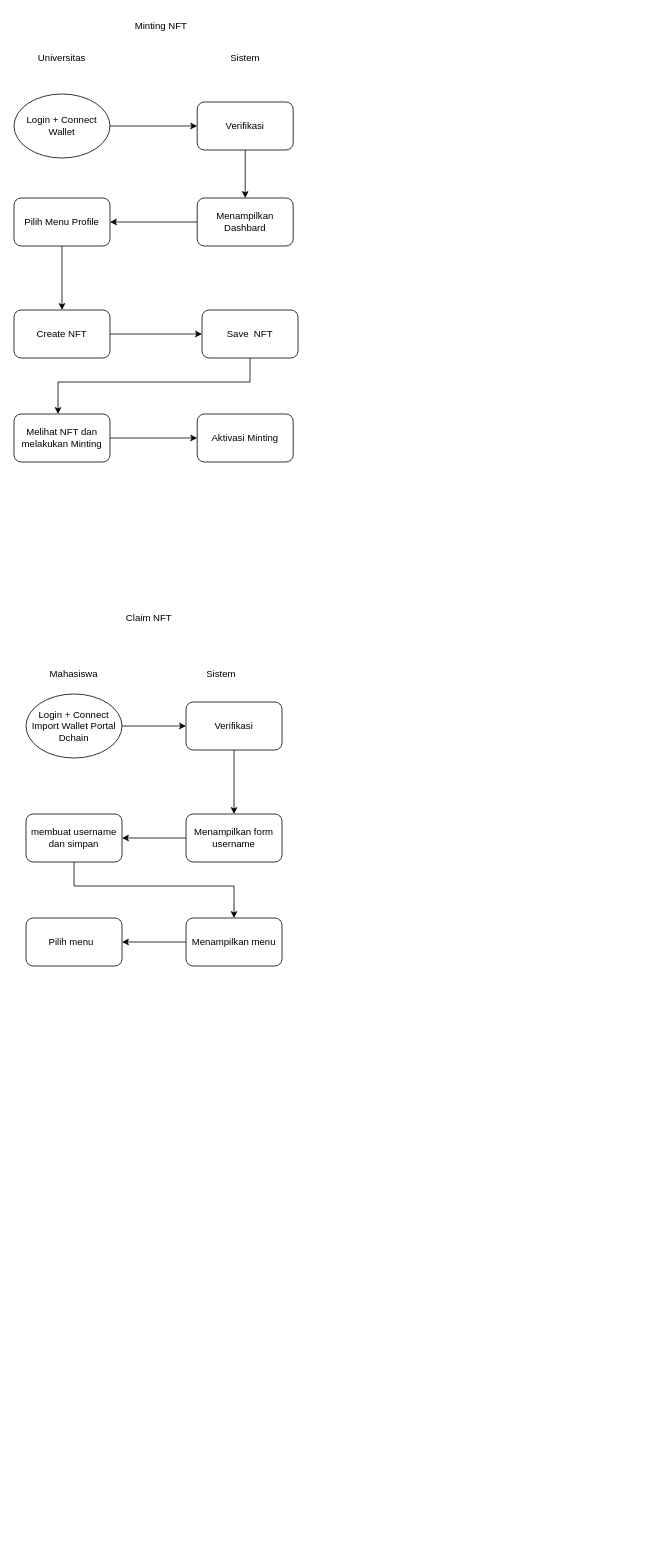
This is Diagram Tanpa Judul.drawio from sulusil/web, a draw.io file, before an edit. Source tidied: cells renumbered, new cells numbered last; positions are measured from the earlier drawing's top-left corner, leaving out a move shared by most shapes. Both pictures are drawn from the tidied source at 80%, with x=0, y=0 at pixel (14, 14).
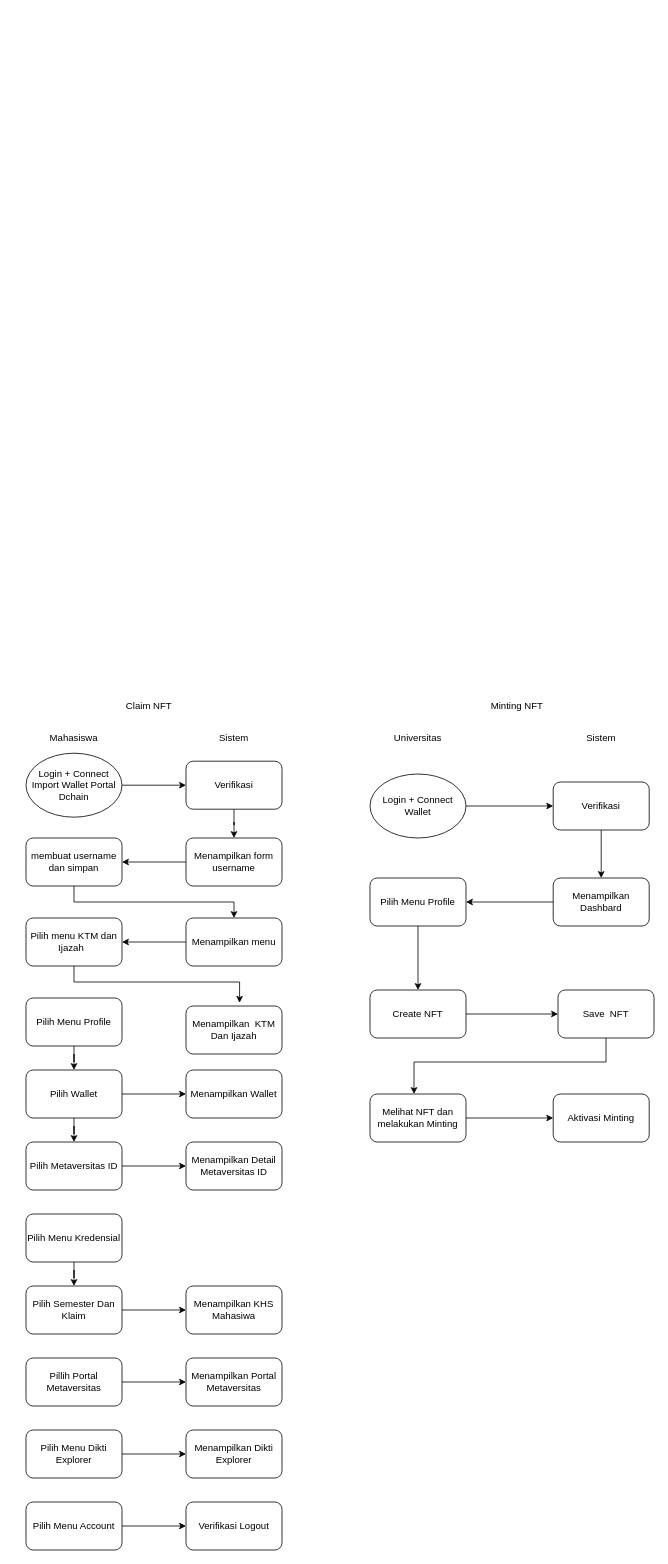
The same page after the edit.

The change refers to these unchanged cells:
```xml
<mxCell id="32" value="Menampilkan menu" style="rounded=1;whiteSpace=wrap;html=1;" parent="1" vertex="1">
  <mxGeometry x="215" y="1130" width="120" height="60" as="geometry" />
</mxCell>
```

What changed in the source:
```diff
@@
-    <mxCell id="2" value="Minting NFT" style="text;html=1;strokeColor=none;fillColor=none;align=center;verticalAlign=middle;whiteSpace=wrap;rounded=0;" parent="1" vertex="1">
-      <mxGeometry x="139" width="90" height="30" as="geometry" />
-    </mxCell>
-    <mxCell id="3" style="edgeStyle=orthogonalEdgeStyle;rounded=0;jettySize=auto;html=1;" parent="1" edge="1" source="4" target="6">
-      <mxGeometry relative="1" as="geometry" />
-    </mxCell>
-    <mxCell id="4" value="Menampilkan Dashbard" style="rounded=1;whiteSpace=wrap;html=1;" parent="1" vertex="1">
-      <mxGeometry x="229" y="230" width="120" height="60" as="geometry" />
-    </mxCell>
-    <mxCell id="5" style="edgeStyle=orthogonalEdgeStyle;rounded=0;jettySize=auto;html=1;" parent="1" edge="1" source="6" target="13">
-      <mxGeometry relative="1" as="geometry" />
-    </mxCell>
-    <mxCell id="6" value="Pilih Menu Profile" style="rounded=1;whiteSpace=wrap;html=1;" parent="1" vertex="1">
-      <mxGeometry y="230" width="120" height="60" as="geometry" />
-    </mxCell>
-    <mxCell id="7" style="edgeStyle=orthogonalEdgeStyle;rounded=0;jettySize=auto;html=1;" parent="1" edge="1" source="8" target="10">
-      <mxGeometry relative="1" as="geometry" />
-    </mxCell>
-    <mxCell id="8" value="Login + Connect Wallet" style="ellipse;whiteSpace=wrap;html=1;" parent="1" vertex="1">
-      <mxGeometry y="100" width="120" height="80" as="geometry" />
-    </mxCell>
-    <mxCell id="9" style="edgeStyle=orthogonalEdgeStyle;rounded=0;jettySize=auto;html=1;" parent="1" edge="1" source="10" target="4">
-      <mxGeometry relative="1" as="geometry" />
-    </mxCell>
-    <mxCell id="10" value="Verifikasi" style="rounded=1;whiteSpace=wrap;html=1;" parent="1" vertex="1">
-      <mxGeometry x="229" y="110" width="120" height="60" as="geometry" />
-    </mxCell>
-    <mxCell id="11" value="Sistem" style="text;html=1;strokeColor=none;fillColor=none;align=center;verticalAlign=middle;whiteSpace=wrap;rounded=0;" parent="1" vertex="1">
-      <mxGeometry x="259" y="40" width="60" height="30" as="geometry" />
-    </mxCell>
-    <mxCell id="12" style="edgeStyle=orthogonalEdgeStyle;rounded=0;jettySize=auto;html=1;" parent="1" edge="1" source="13" target="15">
-      <mxGeometry relative="1" as="geometry" />
-    </mxCell>
-    <mxCell id="13" value="Create NFT" style="rounded=1;whiteSpace=wrap;html=1;" parent="1" vertex="1">
-      <mxGeometry y="370" width="120" height="60" as="geometry" />
-    </mxCell>
-    <mxCell id="14" style="edgeStyle=orthogonalEdgeStyle;rounded=0;jettySize=auto;html=1;" parent="1" edge="1" source="15">
-      <mxGeometry relative="1" as="geometry">
-        <mxPoint x="55" y="500" as="targetPoint" />
-        <Array as="points">
-          <mxPoint x="295" y="460" />
-          <mxPoint x="55" y="460" />
-          <mxPoint x="55" y="500" />
-        </Array>
-      </mxGeometry>
-    </mxCell>
-    <mxCell id="15" value="Save&amp;nbsp; NFT" style="rounded=1;whiteSpace=wrap;html=1;" parent="1" vertex="1">
-      <mxGeometry x="235" y="370" width="120" height="60" as="geometry" />
-    </mxCell>
-    <mxCell id="16" value="Universitas" style="text;html=1;strokeColor=none;fillColor=none;align=center;verticalAlign=middle;whiteSpace=wrap;rounded=0;" parent="1" vertex="1">
-      <mxGeometry x="30" y="40" width="60" height="30" as="geometry" />
-    </mxCell>
-    <mxCell id="17" style="edgeStyle=orthogonalEdgeStyle;rounded=0;jettySize=auto;html=1;" parent="1" edge="1" source="18" target="19">
-      <mxGeometry relative="1" as="geometry" />
-    </mxCell>
-    <mxCell id="18" value="Melihat NFT dan melakukan Minting" style="rounded=1;whiteSpace=wrap;html=1;" parent="1" vertex="1">
-      <mxGeometry y="500" width="120" height="60" as="geometry" />
-    </mxCell>
-    <mxCell id="19" value="Aktivasi Minting" style="rounded=1;whiteSpace=wrap;html=1;" parent="1" vertex="1">
-      <mxGeometry x="229" y="500" width="120" height="60" as="geometry" />
-    </mxCell>
     <mxCell id="20" value="Claim NFT" style="text;html=1;strokeColor=none;fillColor=none;align=center;verticalAlign=middle;whiteSpace=wrap;rounded=0;" parent="1" vertex="1">
-      <mxGeometry x="139" y="740" width="60" height="30" as="geometry" />
+      <mxGeometry x="139" y="850" width="60" height="30" as="geometry" />
     </mxCell>
     <mxCell id="21" value="Mahasiswa" style="text;html=1;strokeColor=none;fillColor=none;align=center;verticalAlign=middle;whiteSpace=wrap;rounded=0;" parent="1" vertex="1">
-      <mxGeometry x="45" y="810" width="60" height="30" as="geometry" />
+      <mxGeometry x="45" y="890" width="60" height="30" as="geometry" />
     </mxCell>
     <mxCell id="22" value="Sistem" style="text;html=1;strokeColor=none;fillColor=none;align=center;verticalAlign=middle;whiteSpace=wrap;rounded=0;" parent="1" vertex="1">
-      <mxGeometry x="229" y="810" width="60" height="30" as="geometry" />
+      <mxGeometry x="245" y="890" width="60" height="30" as="geometry" />
     </mxCell>
@@
     <mxCell id="24" value="Login + Connect Import Wallet Portal Dchain" style="ellipse;whiteSpace=wrap;html=1;" parent="1" vertex="1">
-      <mxGeometry x="15" y="850" width="120" height="80" as="geometry" />
+      <mxGeometry x="15" y="924" width="120" height="80" as="geometry" />
     </mxCell>
@@
     <mxCell id="26" value="Verifikasi" style="rounded=1;whiteSpace=wrap;html=1;" parent="1" vertex="1">
-      <mxGeometry x="215" y="860" width="120" height="60" as="geometry" />
+      <mxGeometry x="215" y="934" width="120" height="60" as="geometry" />
     </mxCell>
@@
     <mxCell id="28" value="Menampilkan form username" style="rounded=1;whiteSpace=wrap;html=1;" parent="1" vertex="1">
-      <mxGeometry x="215" y="1000" width="120" height="60" as="geometry" />
+      <mxGeometry x="215" y="1030" width="120" height="60" as="geometry" />
     </mxCell>
     <mxCell id="29" style="edgeStyle=orthogonalEdgeStyle;rounded=0;jettySize=auto;html=1;entryX=0.5;entryY=0;entryDx=0;entryDy=0;" parent="1" edge="1" source="30" target="32">
       <mxGeometry relative="1" as="geometry">
         <Array as="points">
-          <mxPoint x="75" y="1090" />
-          <mxPoint x="275" y="1090" />
+          <mxPoint x="75" y="1110" />
+          <mxPoint x="275" y="1110" />
         </Array>
       </mxGeometry>
     </mxCell>
     <mxCell id="30" value="membuat username dan simpan" style="rounded=1;whiteSpace=wrap;html=1;" parent="1" vertex="1">
-      <mxGeometry x="15" y="1000" width="120" height="60" as="geometry" />
+      <mxGeometry x="15" y="1030" width="120" height="60" as="geometry" />
     </mxCell>
@@
+    <mxCell id="34" style="edgeStyle=orthogonalEdgeStyle;rounded=0;jettySize=auto;html=1;entryX=0.558;entryY=-0.067;entryDx=0;entryDy=0;entryPerimeter=0;" parent="1" edge="1" source="33" target="35">
+      <mxGeometry relative="1" as="geometry">
+        <Array as="points">
+          <mxPoint x="75" y="1210" />
+          <mxPoint x="282" y="1210" />
+        </Array>
+      </mxGeometry>
+    </mxCell>
-    <mxCell id="33" value="Pilih menu&amp;nbsp;&amp;nbsp;" style="rounded=1;whiteSpace=wrap;html=1;" parent="1" vertex="1">
+    <mxCell id="33" value="Pilih menu KTM dan Ijazah&amp;nbsp;&amp;nbsp;" style="rounded=1;whiteSpace=wrap;html=1;" parent="1" vertex="1">
       <mxGeometry x="15" y="1130" width="120" height="60" as="geometry" />
     </mxCell>
+    <mxCell id="35" value="Menampilkan&amp;nbsp; KTM Dan Ijazah" style="rounded=1;whiteSpace=wrap;html=1;" parent="1" vertex="1">
+      <mxGeometry x="215" y="1240" width="120" height="60" as="geometry" />
+    </mxCell>
+    <mxCell id="36" style="edgeStyle=orthogonalEdgeStyle;rounded=0;jettySize=auto;html=1;" parent="1" edge="1" source="37" target="55">
+      <mxGeometry relative="1" as="geometry" />
+    </mxCell>
+    <mxCell id="37" value="Pilih Menu Profile" style="whiteSpace=wrap;html=1;rounded=1;" parent="1" vertex="1">
+      <mxGeometry x="15" y="1230" width="120" height="60" as="geometry" />
+    </mxCell>
+    <mxCell id="38" value="Menampilkan Wallet" style="rounded=1;whiteSpace=wrap;html=1;" parent="1" vertex="1">
+      <mxGeometry x="215" y="1320" width="120" height="60" as="geometry" />
+    </mxCell>
+    <mxCell id="39" style="edgeStyle=orthogonalEdgeStyle;rounded=0;jettySize=auto;html=1;" parent="1" edge="1" source="40" target="43">
+      <mxGeometry relative="1" as="geometry" />
+    </mxCell>
+    <mxCell id="40" value="Pilih Menu Kredensial" style="whiteSpace=wrap;html=1;rounded=1;" parent="1" vertex="1">
+      <mxGeometry x="15" y="1500" width="120" height="60" as="geometry" />
+    </mxCell>
+    <mxCell id="41" value="Menampilkan KHS Mahasiwa" style="rounded=1;whiteSpace=wrap;html=1;" parent="1" vertex="1">
+      <mxGeometry x="215" y="1590" width="120" height="60" as="geometry" />
+    </mxCell>
+    <mxCell id="42" style="edgeStyle=orthogonalEdgeStyle;rounded=0;jettySize=auto;html=1;" parent="1" edge="1" source="43" target="41">
+      <mxGeometry relative="1" as="geometry" />
+    </mxCell>
+    <mxCell id="43" value="Pilih Semester Dan Klaim" style="whiteSpace=wrap;html=1;rounded=1;" parent="1" vertex="1">
+      <mxGeometry x="15" y="1590" width="120" height="60" as="geometry" />
+    </mxCell>
+    <mxCell id="44" style="edgeStyle=orthogonalEdgeStyle;rounded=0;jettySize=auto;html=1;" parent="1" edge="1" source="45" target="46">
+      <mxGeometry relative="1" as="geometry" />
+    </mxCell>
+    <mxCell id="45" value="Pillih Portal Metaversitas" style="rounded=1;whiteSpace=wrap;html=1;" parent="1" vertex="1">
+      <mxGeometry x="15" y="1680" width="120" height="60" as="geometry" />
+    </mxCell>
+    <mxCell id="46" value="Menampilkan Portal Metaversitas" style="whiteSpace=wrap;html=1;rounded=1;" parent="1" vertex="1">
+      <mxGeometry x="215" y="1680" width="120" height="60" as="geometry" />
+    </mxCell>
+    <mxCell id="47" style="edgeStyle=orthogonalEdgeStyle;rounded=0;jettySize=auto;html=1;" parent="1" edge="1" source="48" target="49">
+      <mxGeometry relative="1" as="geometry" />
+    </mxCell>
+    <mxCell id="48" value="Pilih Menu Dikti Explorer" style="rounded=1;whiteSpace=wrap;html=1;" parent="1" vertex="1">
+      <mxGeometry x="15" y="1770" width="120" height="60" as="geometry" />
+    </mxCell>
+    <mxCell id="49" value="Menampilkan Dikti Explorer" style="whiteSpace=wrap;html=1;rounded=1;" parent="1" vertex="1">
+      <mxGeometry x="215" y="1770" width="120" height="60" as="geometry" />
+    </mxCell>
+    <mxCell id="50" style="edgeStyle=orthogonalEdgeStyle;rounded=0;jettySize=auto;html=1;" parent="1" edge="1" source="51" target="52">
+      <mxGeometry relative="1" as="geometry" />
+    </mxCell>
+    <mxCell id="51" value="Pilih Menu Account" style="rounded=1;whiteSpace=wrap;html=1;" parent="1" vertex="1">
+      <mxGeometry x="15" y="1860" width="120" height="60" as="geometry" />
+    </mxCell>
+    <mxCell id="52" value="Verifikasi Logout" style="whiteSpace=wrap;html=1;rounded=1;" parent="1" vertex="1">
+      <mxGeometry x="215" y="1860" width="120" height="60" as="geometry" />
+    </mxCell>
+    <mxCell id="53" style="edgeStyle=orthogonalEdgeStyle;rounded=0;jettySize=auto;html=1;" parent="1" edge="1" source="55" target="38">
+      <mxGeometry relative="1" as="geometry" />
+    </mxCell>
+    <mxCell id="54" style="edgeStyle=orthogonalEdgeStyle;rounded=0;jettySize=auto;html=1;" parent="1" edge="1" source="55" target="57">
+      <mxGeometry relative="1" as="geometry" />
+    </mxCell>
+    <mxCell id="55" value="Pilih Wallet" style="rounded=1;whiteSpace=wrap;html=1;" parent="1" vertex="1">
+      <mxGeometry x="15" y="1320" width="120" height="60" as="geometry" />
+    </mxCell>
+    <mxCell id="56" style="edgeStyle=orthogonalEdgeStyle;rounded=0;jettySize=auto;html=1;" parent="1" edge="1" source="57" target="58">
+      <mxGeometry relative="1" as="geometry" />
+    </mxCell>
+    <mxCell id="57" value="Pilih Metaversitas ID" style="whiteSpace=wrap;html=1;rounded=1;" parent="1" vertex="1">
+      <mxGeometry x="15" y="1410" width="120" height="60" as="geometry" />
+    </mxCell>
+    <mxCell id="58" value="Menampilkan Detail Metaversitas ID" style="whiteSpace=wrap;html=1;rounded=1;" parent="1" vertex="1">
+      <mxGeometry x="215" y="1410" width="120" height="60" as="geometry" />
+    </mxCell>
+    <mxCell id="59" style="group;" parent="1" vertex="1">
+      <mxGeometry x="445" y="850" width="355" height="560" as="geometry" />
+    </mxCell>
+    <mxCell id="2" value="Minting NFT" style="text;html=1;strokeColor=none;fillColor=none;align=center;verticalAlign=middle;whiteSpace=wrap;rounded=0;" parent="59" vertex="1">
+      <mxGeometry x="139" width="90" height="30" as="geometry" />
+    </mxCell>
+    <mxCell id="4" value="Menampilkan Dashbard" style="rounded=1;whiteSpace=wrap;html=1;" parent="59" vertex="1">
+      <mxGeometry x="229" y="230" width="120" height="60" as="geometry" />
+    </mxCell>
+    <mxCell id="6" value="Pilih Menu Profile" style="rounded=1;whiteSpace=wrap;html=1;" parent="59" vertex="1">
+      <mxGeometry y="230" width="120" height="60" as="geometry" />
+    </mxCell>
+    <mxCell id="3" style="edgeStyle=orthogonalEdgeStyle;rounded=0;jettySize=auto;html=1;" parent="59" edge="1" source="4" target="6">
+      <mxGeometry relative="1" as="geometry" />
+    </mxCell>
+    <mxCell id="8" value="Login + Connect Wallet" style="ellipse;whiteSpace=wrap;html=1;" parent="59" vertex="1">
+      <mxGeometry y="100" width="120" height="80" as="geometry" />
+    </mxCell>
+    <mxCell id="9" style="edgeStyle=orthogonalEdgeStyle;rounded=0;jettySize=auto;html=1;" parent="59" edge="1" source="10" target="4">
+      <mxGeometry relative="1" as="geometry" />
+    </mxCell>
+    <mxCell id="10" value="Verifikasi" style="rounded=1;whiteSpace=wrap;html=1;" parent="59" vertex="1">
+      <mxGeometry x="229" y="110" width="120" height="60" as="geometry" />
+    </mxCell>
+    <mxCell id="7" style="edgeStyle=orthogonalEdgeStyle;rounded=0;jettySize=auto;html=1;" parent="59" edge="1" source="8" target="10">
+      <mxGeometry relative="1" as="geometry" />
+    </mxCell>
+    <mxCell id="11" value="Sistem" style="text;html=1;strokeColor=none;fillColor=none;align=center;verticalAlign=middle;whiteSpace=wrap;rounded=0;" parent="59" vertex="1">
+      <mxGeometry x="259" y="40" width="60" height="30" as="geometry" />
+    </mxCell>
+    <mxCell id="13" value="Create NFT" style="rounded=1;whiteSpace=wrap;html=1;" parent="59" vertex="1">
+      <mxGeometry y="370" width="120" height="60" as="geometry" />
+    </mxCell>
+    <mxCell id="5" style="edgeStyle=orthogonalEdgeStyle;rounded=0;jettySize=auto;html=1;" parent="59" edge="1" source="6" target="13">
+      <mxGeometry relative="1" as="geometry" />
+    </mxCell>
+    <mxCell id="14" style="edgeStyle=orthogonalEdgeStyle;rounded=0;jettySize=auto;html=1;" parent="59" edge="1" source="15">
+      <mxGeometry relative="1" as="geometry">
+        <mxPoint x="55" y="500" as="targetPoint" />
+        <Array as="points">
+          <mxPoint x="295" y="460" />
+          <mxPoint x="55" y="460" />
+          <mxPoint x="55" y="500" />
+        </Array>
+      </mxGeometry>
+    </mxCell>
+    <mxCell id="15" value="Save&amp;nbsp; NFT" style="rounded=1;whiteSpace=wrap;html=1;" parent="59" vertex="1">
+      <mxGeometry x="235" y="370" width="120" height="60" as="geometry" />
+    </mxCell>
+    <mxCell id="12" style="edgeStyle=orthogonalEdgeStyle;rounded=0;jettySize=auto;html=1;" parent="59" edge="1" source="13" target="15">
+      <mxGeometry relative="1" as="geometry" />
+    </mxCell>
+    <mxCell id="16" value="Universitas" style="text;html=1;strokeColor=none;fillColor=none;align=center;verticalAlign=middle;whiteSpace=wrap;rounded=0;" parent="59" vertex="1">
+      <mxGeometry x="30" y="40" width="60" height="30" as="geometry" />
+    </mxCell>
+    <mxCell id="18" value="Melihat NFT dan melakukan Minting" style="rounded=1;whiteSpace=wrap;html=1;" parent="59" vertex="1">
+      <mxGeometry y="500" width="120" height="60" as="geometry" />
+    </mxCell>
+    <mxCell id="19" value="Aktivasi Minting" style="rounded=1;whiteSpace=wrap;html=1;" parent="59" vertex="1">
+      <mxGeometry x="229" y="500" width="120" height="60" as="geometry" />
+    </mxCell>
+    <mxCell id="17" style="edgeStyle=orthogonalEdgeStyle;rounded=0;jettySize=auto;html=1;" parent="59" edge="1" source="18" target="19">
+      <mxGeometry relative="1" as="geometry" />
+    </mxCell>
```
